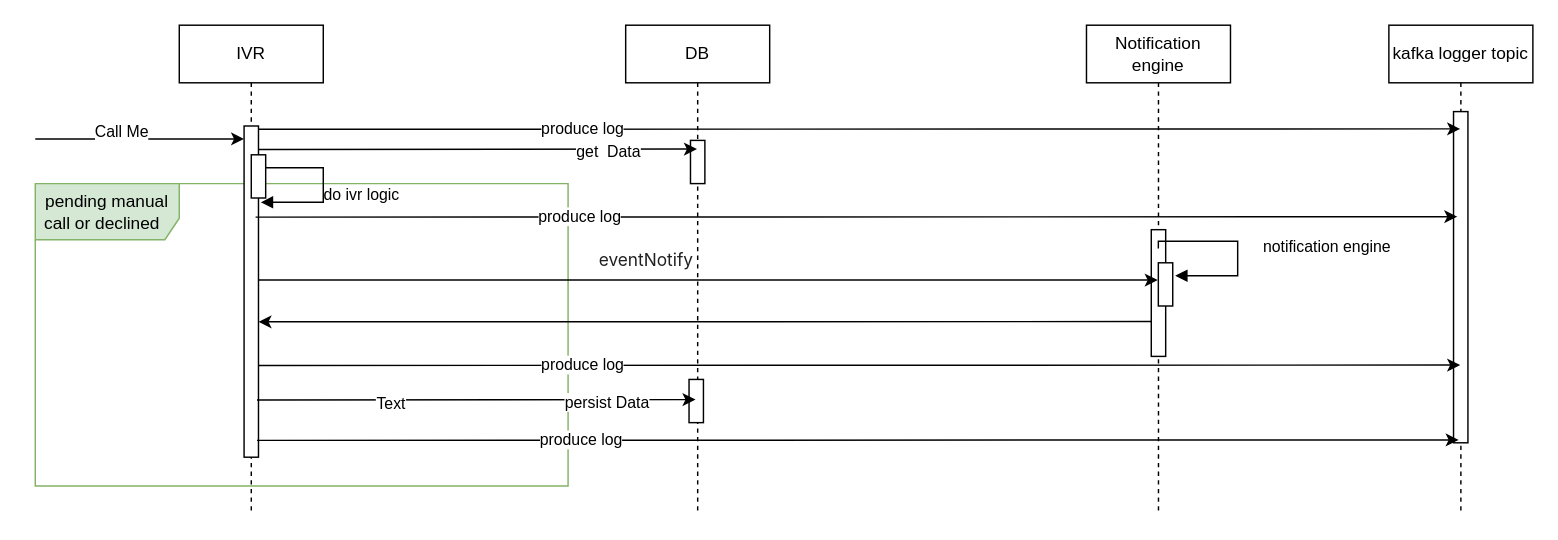
This is page "IVR Notification Flow (NE_IVR_Flow1)" (3 of 9) of IVR2.drawio from MHosnii/DrawIo, a draw.io file, before an edit. Source tidied: cells renumbered, new cells numbered last; positions are measured from the earlier drawing's top-left corner, leaving out a move shared by most shapes. Both pictures are drawn from the tidied source at 144%, with x=0, y=0 at pixel (35, 24).
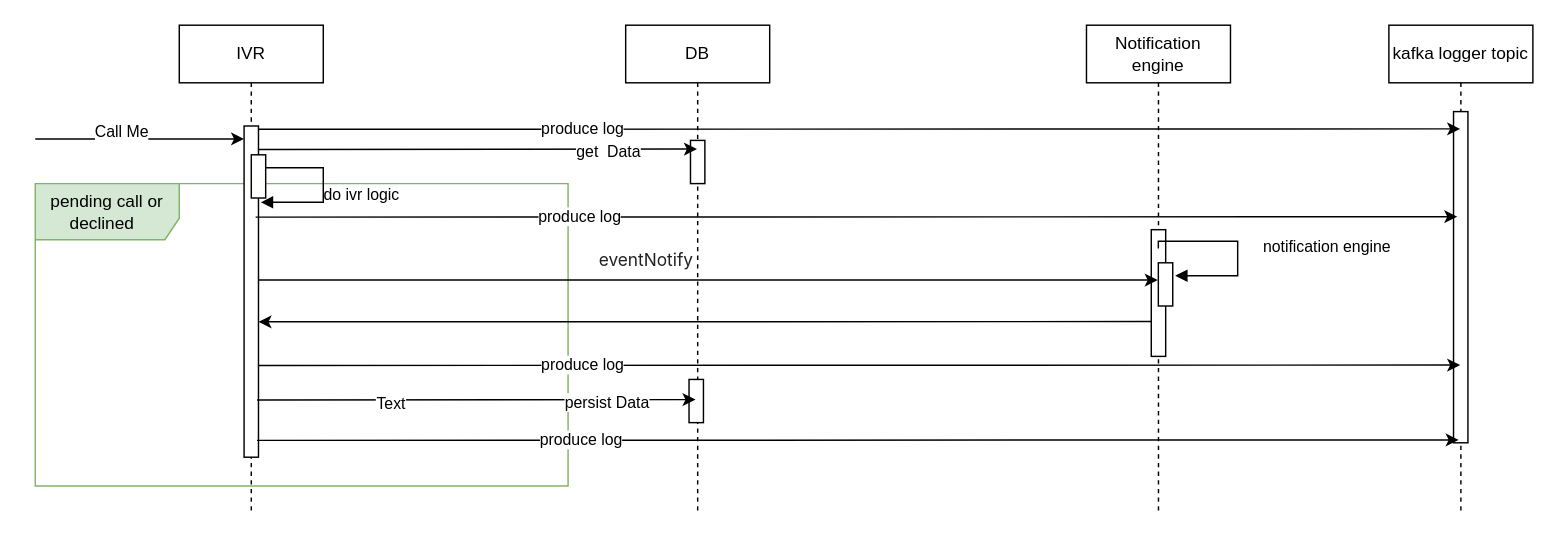
Above is the later version.

What changed in the source:
```diff
@@
-    <mxCell id="2" value="pending manual call or declined&amp;nbsp;&amp;nbsp;" style="shape=umlFrame;whiteSpace=wrap;html=1;width=100;height=39;fillColor=#d5e8d4;strokeColor=#82b366;" parent="1" vertex="1">
+    <mxCell id="2" value="pending call or declined&amp;nbsp;&amp;nbsp;" style="shape=umlFrame;whiteSpace=wrap;html=1;width=100;height=39;fillColor=#d5e8d4;strokeColor=#82b366;" parent="1" vertex="1">
       <mxGeometry y="110" width="370" height="210" as="geometry" />
     </mxCell>
```
